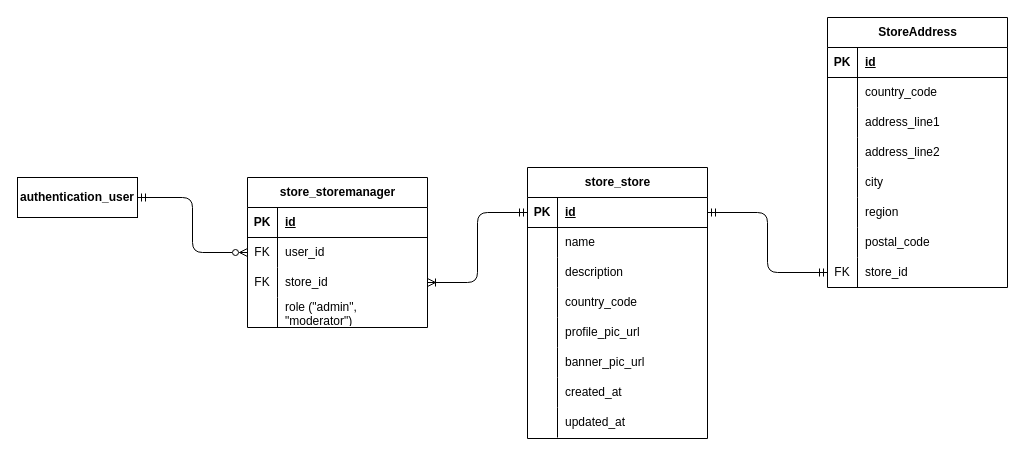
This is page "Store" (7 of 7) of diagrams/e-commerce-entity-relationship-diagram.drawio from RHILIUS/E-Commerce-Docs, a draw.io file, before an edit. Source tidied: cells renumbered, new cells numbered last; positions are measured from the earlier drawing's top-left corner, leaving out a move shared by most shapes. Both pictures are drawn from the tidied source at 100%, with x=0, y=0 at pixel (17, 17).
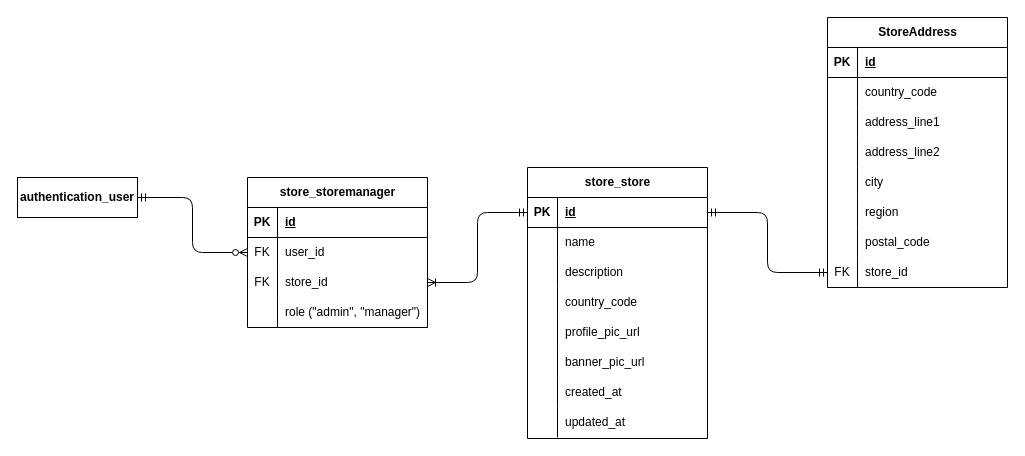
The same diagram, later.

Commit message:
feat(erd): change moderator to manager

Unchanged cells that the change refers to:
```xml
<mxCell id="65" style="shape=tableRow;horizontal=0;startSize=0;swimlaneHead=0;swimlaneBody=0;fillColor=none;top=0;left=0;right=0;bottom=0;" parent="55" vertex="1">
  <mxGeometry y="120" width="180" height="30" as="geometry" />
</mxCell>
```

What changed in the source:
```diff
@@
-    <mxCell id="67" value="role (&quot;admin&quot;, &quot;moderator&quot;)" style="shape=partialRectangle;fillColor=none;top=0;left=0;bottom=0;right=0;align=left;spacingLeft=6;overflow=hidden;whiteSpace=wrap;html=1;" parent="65" vertex="1">
+    <mxCell id="67" value="role (&quot;admin&quot;, &quot;manager&quot;)" style="shape=partialRectangle;fillColor=none;top=0;left=0;bottom=0;right=0;align=left;spacingLeft=6;overflow=hidden;whiteSpace=wrap;html=1;" parent="65" vertex="1">
       <mxGeometry x="30" width="150" height="30" as="geometry" />
     </mxCell>
```
